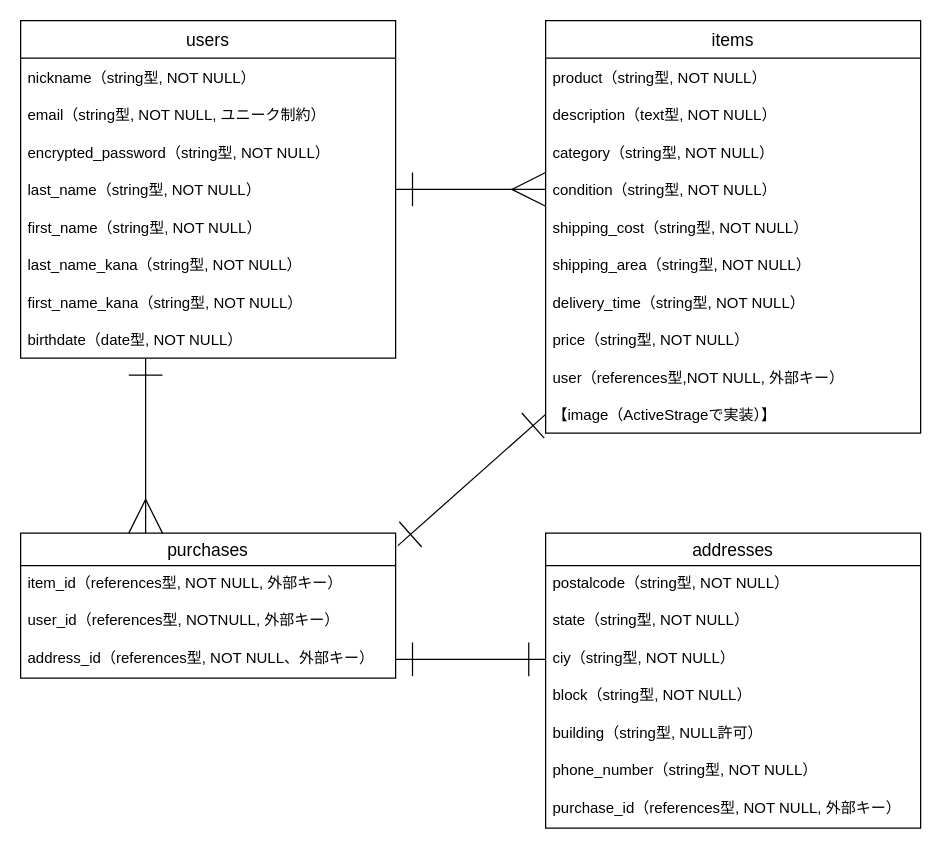
Earlier version of the draw.io diagram furima.dio (latch0716/furima-38876). Source tidied: cells renumbered, new cells numbered last; positions are measured from the earlier drawing's top-left corner, leaving out a move shared by most shapes. Both pictures are drawn from the tidied source at 125%, with x=0, y=0 at pixel (20, 20).
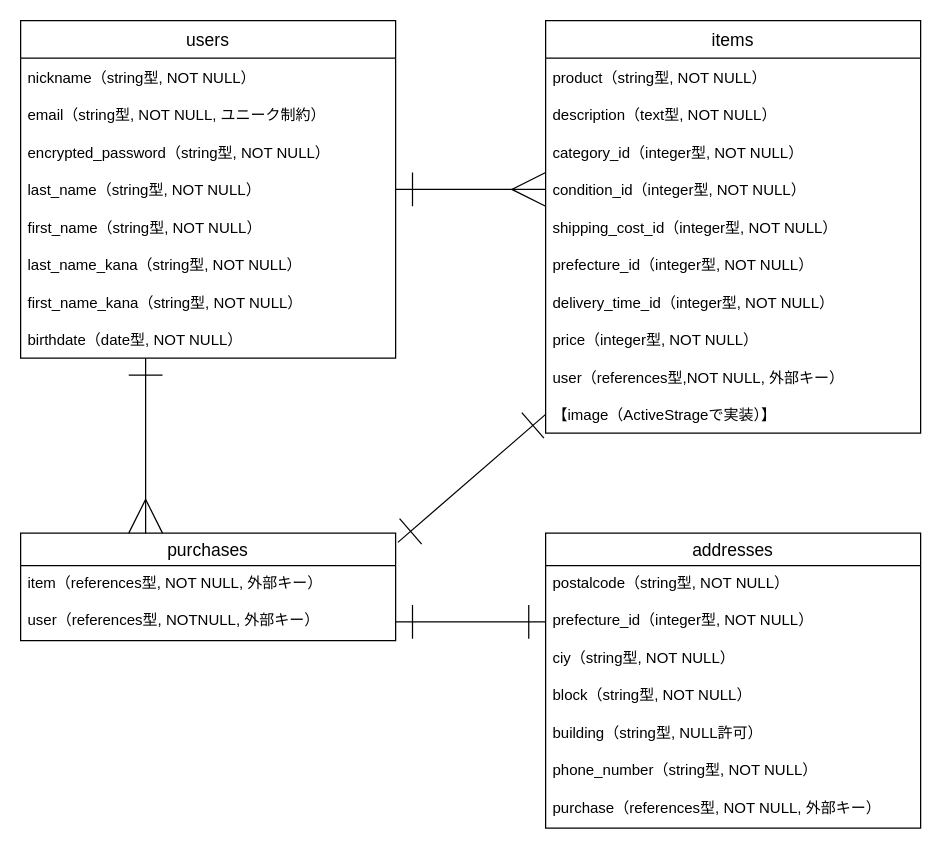
The same page after the edit.

The change refers to these unchanged cells:
```xml
<mxCell id="11" value="items" style="swimlane;fontStyle=0;horizontal=1;startSize=30;align=center;fontSize=14;" parent="1" vertex="1">
  <mxGeometry x="420" width="300" height="330" as="geometry" />
</mxCell>
<mxCell id="23" value="addresses" style="swimlane;fontStyle=0;horizontal=1;startSize=26;align=center;fontSize=14;" parent="1" vertex="1">
  <mxGeometry x="420" y="410" width="300" height="236" as="geometry" />
</mxCell>
<mxCell id="26" value="ciy（string型, NOT NULL）" style="text;strokeColor=none;fillColor=none;spacingLeft=4;spacingRight=4;overflow=hidden;points=[[0,0.5],[1,0.5]];portConstraint=eastwest;fontSize=12;" parent="23" vertex="1">
  <mxGeometry y="86" width="300" height="30" as="geometry" />
</mxCell>
```

Change to the diagram source:
```diff
@@
-    <mxCell id="14" value="category（string型, NOT NULL）" style="text;strokeColor=none;fillColor=none;spacingLeft=4;spacingRight=4;overflow=hidden;fontSize=12;verticalAlign=middle;" parent="11" vertex="1">
+    <mxCell id="14" value="category_id（integer型, NOT NULL）" style="text;strokeColor=none;fillColor=none;spacingLeft=4;spacingRight=4;overflow=hidden;fontSize=12;verticalAlign=middle;" parent="11" vertex="1">
       <mxGeometry y="90" width="300" height="30" as="geometry" />
     </mxCell>
-    <mxCell id="15" value="condition（string型, NOT NULL）" style="text;strokeColor=none;fillColor=none;spacingLeft=4;spacingRight=4;overflow=hidden;points=[[0,0.5],[1,0.5]];portConstraint=eastwest;fontSize=12;verticalAlign=middle;" parent="11" vertex="1">
+    <mxCell id="15" value="condition_id（integer型, NOT NULL）" style="text;strokeColor=none;fillColor=none;spacingLeft=4;spacingRight=4;overflow=hidden;points=[[0,0.5],[1,0.5]];portConstraint=eastwest;fontSize=12;verticalAlign=middle;" parent="11" vertex="1">
       <mxGeometry y="120" width="300" height="30" as="geometry" />
     </mxCell>
-    <mxCell id="16" value="shipping_cost（string型, NOT NULL）" style="text;strokeColor=none;fillColor=none;spacingLeft=4;spacingRight=4;overflow=hidden;fontSize=12;verticalAlign=middle;" parent="11" vertex="1">
+    <mxCell id="16" value="shipping_cost_id（integer型, NOT NULL）" style="text;strokeColor=none;fillColor=none;spacingLeft=4;spacingRight=4;overflow=hidden;fontSize=12;verticalAlign=middle;" parent="11" vertex="1">
       <mxGeometry y="150" width="300" height="30" as="geometry" />
     </mxCell>
-    <mxCell id="17" value="shipping_area（string型, NOT NULL）" style="text;strokeColor=none;fillColor=none;spacingLeft=4;spacingRight=4;overflow=hidden;fontSize=12;verticalAlign=middle;" parent="11" vertex="1">
+    <mxCell id="17" value="prefecture_id（integer型, NOT NULL）" style="text;strokeColor=none;fillColor=none;spacingLeft=4;spacingRight=4;overflow=hidden;fontSize=12;verticalAlign=middle;" parent="11" vertex="1">
       <mxGeometry y="180" width="300" height="30" as="geometry" />
     </mxCell>
-    <mxCell id="18" value="delivery_time（string型, NOT NULL）" style="text;strokeColor=none;fillColor=none;spacingLeft=4;spacingRight=4;overflow=hidden;fontSize=12;verticalAlign=middle;" parent="11" vertex="1">
+    <mxCell id="18" value="delivery_time_id（integer型, NOT NULL）" style="text;strokeColor=none;fillColor=none;spacingLeft=4;spacingRight=4;overflow=hidden;fontSize=12;verticalAlign=middle;" parent="11" vertex="1">
       <mxGeometry y="210" width="300" height="30" as="geometry" />
     </mxCell>
-    <mxCell id="19" value="price（string型, NOT NULL）" style="text;strokeColor=none;fillColor=none;spacingLeft=4;spacingRight=4;overflow=hidden;fontSize=12;verticalAlign=middle;" parent="11" vertex="1">
+    <mxCell id="19" value="price（integer型, NOT NULL）" style="text;strokeColor=none;fillColor=none;spacingLeft=4;spacingRight=4;overflow=hidden;fontSize=12;verticalAlign=middle;" parent="11" vertex="1">
       <mxGeometry y="240" width="300" height="30" as="geometry" />
     </mxCell>
@@
-    <mxCell id="25" value="state（string型, NOT NULL）" style="text;strokeColor=none;fillColor=none;spacingLeft=4;spacingRight=4;overflow=hidden;points=[[0,0.5],[1,0.5]];portConstraint=eastwest;fontSize=12;" parent="23" vertex="1">
+    <mxCell id="25" value="prefecture_id（integer型, NOT NULL）" style="text;strokeColor=none;fillColor=none;spacingLeft=4;spacingRight=4;overflow=hidden;points=[[0,0.5],[1,0.5]];portConstraint=eastwest;fontSize=12;" parent="23" vertex="1">
       <mxGeometry y="56" width="300" height="30" as="geometry" />
     </mxCell>
@@
-    <mxCell id="30" value="purchase_id（references型, NOT NULL, 外部キー）" style="text;strokeColor=none;fillColor=none;spacingLeft=4;spacingRight=4;overflow=hidden;fontSize=12;" parent="23" vertex="1">
+    <mxCell id="30" value="purchase（references型, NOT NULL, 外部キー）" style="text;strokeColor=none;fillColor=none;spacingLeft=4;spacingRight=4;overflow=hidden;fontSize=12;" parent="23" vertex="1">
       <mxGeometry y="206" width="300" height="30" as="geometry" />
     </mxCell>
     <mxCell id="31" value="purchases" style="swimlane;fontStyle=0;horizontal=1;startSize=26;align=center;fontSize=14;" parent="1" vertex="1">
-      <mxGeometry y="410" width="300" height="116" as="geometry" />
+      <mxGeometry y="410" width="300" height="86" as="geometry" />
     </mxCell>
-    <mxCell id="32" value="item_id（references型, NOT NULL, 外部キー）" style="text;strokeColor=none;fillColor=none;spacingLeft=4;spacingRight=4;overflow=hidden;fontSize=12;" parent="31" vertex="1">
+    <mxCell id="32" value="item（references型, NOT NULL, 外部キー）" style="text;strokeColor=none;fillColor=none;spacingLeft=4;spacingRight=4;overflow=hidden;fontSize=12;" parent="31" vertex="1">
       <mxGeometry y="26" width="300" height="30" as="geometry" />
     </mxCell>
-    <mxCell id="33" value="user_id（references型, NOTNULL, 外部キー）" style="text;strokeColor=none;fillColor=none;spacingLeft=4;spacingRight=4;overflow=hidden;points=[[0,0.5],[1,0.5]];portConstraint=eastwest;fontSize=12;" parent="31" vertex="1">
+    <mxCell id="33" value="user（references型, NOTNULL, 外部キー）" style="text;strokeColor=none;fillColor=none;spacingLeft=4;spacingRight=4;overflow=hidden;points=[[0,0.5],[1,0.5]];portConstraint=eastwest;fontSize=12;" parent="31" vertex="1">
       <mxGeometry y="56" width="300" height="30" as="geometry" />
     </mxCell>
-    <mxCell id="34" value="address_id（references型, NOT NULL、外部キー）" style="text;strokeColor=none;fillColor=none;spacingLeft=4;spacingRight=4;overflow=hidden;points=[[0,0.5],[1,0.5]];portConstraint=eastwest;fontSize=12;" parent="31" vertex="1">
-      <mxGeometry y="86" width="300" height="30" as="geometry" />
-    </mxCell>
-    <mxCell id="35" style="edgeStyle=none;html=1;exitX=1;exitY=0.5;exitDx=0;exitDy=0;entryX=0;entryY=0.5;entryDx=0;entryDy=0;startArrow=ERone;startFill=0;endArrow=ERone;endFill=0;startSize=25;endSize=25;" parent="1" edge="1" source="34" target="26">
+    <mxCell id="35" style="edgeStyle=none;html=1;entryX=0;entryY=0.5;entryDx=0;entryDy=0;startArrow=ERone;startFill=0;endArrow=ERone;endFill=0;startSize=25;endSize=25;exitX=1;exitY=0.5;exitDx=0;exitDy=0;" parent="1" edge="1" source="33" target="25">
       <mxGeometry relative="1" as="geometry" />
     </mxCell>
```
